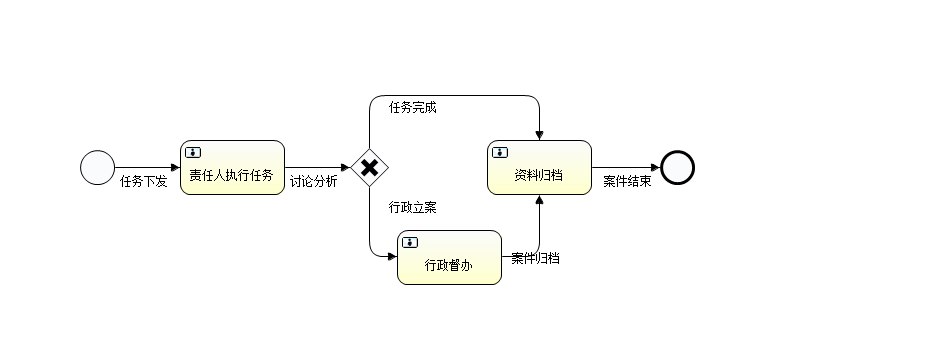
caoblwork/XAHJ keeps this BPMN diagram as source/EMES/resources/workflow/task.png. Above is the earlier version. Its source is kept beside it as source/EMES/resources/workflow/task.bpmn. Ids are renumbered.
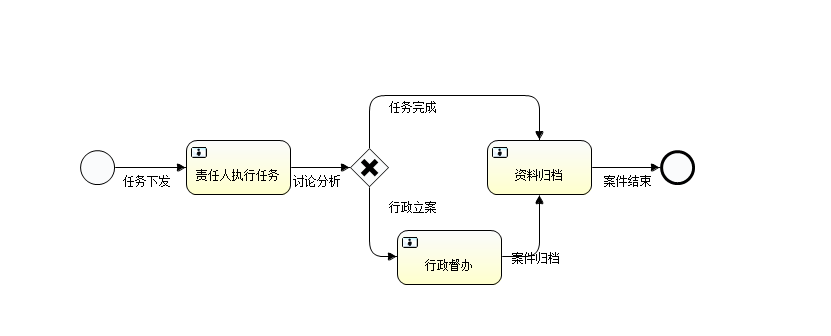
Later version of the same file.

Commit message:
流程资源文件

What changed in the source:
```diff
@@ -1,88 +1,87 @@
-<definitions xmlns="http://www.omg.org/spec/BPMN/20100524/MODEL" xmlns:xsi="http://www.w3.org/2001/XMLSchema-instance" xmlns:activiti="http://activiti.org/bpmn"
-	xmlns:bpmndi="http://www.omg.org/spec/BPMN/20100524/DI" xmlns:omgdc="http://www.omg.org/spec/DD/20100524/DC" xmlns:omgdi="http://www.omg.org/spec/DD/20100524/DI"
-	typeLanguage="http://www.w3.org/2001/XMLSchema" expressionLanguage="http://www.w3.org/1999/XPath" targetNamespace="http://www.activiti.org/test">
-	<process id="task" name="任务处理">
-		<documentation>包含“常规任务”、“领导任务”、“其它任务”</documentation>
-		<startEvent id="start" name="任务开始" activiti:initiator="owner"></startEvent>
-		<userTask id="executeTask" name="责任人执行任务"></userTask>
-		<sequenceFlow id="flow1" name="任务下发" sourceRef="start" targetRef="executeTask"></sequenceFlow>
-		<exclusiveGateway id="judgeTask" name="违法行为判断" default=""></exclusiveGateway>
-		<sequenceFlow id="flow2" name="讨论分析" sourceRef="executeTask" targetRef="judgeTask"></sequenceFlow>
-		<userTask id="executeCase" name="行政督办" default=""></userTask>
-		<sequenceFlow id="flow3" name="行政立案" sourceRef="judgeTask" targetRef="executeCase"></sequenceFlow>
-		<userTask id="usertask1" name="资料归档"></userTask>
-		<sequenceFlow id="flow4" name="案件归档" sourceRef="executeCase" targetRef="usertask1"></sequenceFlow>
-		<endEvent id="end" name="流程结束"></endEvent>
-		<sequenceFlow id="flow5" name="案件结束" sourceRef="usertask1" targetRef="end"></sequenceFlow>
-		<sequenceFlow id="flow7" name="任务完成" sourceRef="judgeTask" targetRef="usertask1"></sequenceFlow>
-	</process>
-	<bpmndi:BPMNDiagram id="BPMNDiagram_task">
-		<bpmndi:BPMNPlane bpmnElement="task" id="BPMNPlane_task">
-			<bpmndi:BPMNShape bpmnElement="start" id="BPMNShape_start">
-				<omgdc:Bounds height="35" width="35" x="80" y="150"></omgdc:Bounds>
-			</bpmndi:BPMNShape>
-			<bpmndi:BPMNShape bpmnElement="executeTask" id="BPMNShape_executeTask">
-				<omgdc:Bounds height="55" width="105" x="180" y="140"></omgdc:Bounds>
-			</bpmndi:BPMNShape>
-			<bpmndi:BPMNShape bpmnElement="judgeTask" id="BPMNShape_judgeTask">
-				<omgdc:Bounds height="40" width="40" x="349" y="147"></omgdc:Bounds>
-			</bpmndi:BPMNShape>
-			<bpmndi:BPMNShape bpmnElement="executeCase" id="BPMNShape_executeCase">
-				<omgdc:Bounds height="55" width="105" x="397" y="230"></omgdc:Bounds>
-			</bpmndi:BPMNShape>
-			<bpmndi:BPMNShape bpmnElement="usertask1" id="BPMNShape_usertask1">
-				<omgdc:Bounds height="55" width="105" x="487" y="140"></omgdc:Bounds>
-			</bpmndi:BPMNShape>
-			<bpmndi:BPMNShape bpmnElement="end" id="BPMNShape_end">
-				<omgdc:Bounds height="35" width="35" x="660" y="150"></omgdc:Bounds>
-			</bpmndi:BPMNShape>
-			<bpmndi:BPMNEdge bpmnElement="flow1" id="BPMNEdge_flow1">
-				<omgdi:waypoint x="115" y="167"></omgdi:waypoint>
-				<omgdi:waypoint x="180" y="167"></omgdi:waypoint>
-				<bpmndi:BPMNLabel>
-					<omgdc:Bounds height="14" width="100" x="-27" y="7"></omgdc:Bounds>
-				</bpmndi:BPMNLabel>
-			</bpmndi:BPMNEdge>
-			<bpmndi:BPMNEdge bpmnElement="flow2" id="BPMNEdge_flow2">
-				<omgdi:waypoint x="285" y="167"></omgdi:waypoint>
-				<omgdi:waypoint x="349" y="167"></omgdi:waypoint>
-				<bpmndi:BPMNLabel>
-					<omgdc:Bounds height="14" width="100" x="-27" y="7"></omgdc:Bounds>
-				</bpmndi:BPMNLabel>
-			</bpmndi:BPMNEdge>
-			<bpmndi:BPMNEdge bpmnElement="flow3" id="BPMNEdge_flow3">
-				<omgdi:waypoint x="369" y="187"></omgdi:waypoint>
-				<omgdi:waypoint x="369" y="256"></omgdi:waypoint>
-				<omgdi:waypoint x="397" y="257"></omgdi:waypoint>
-				<bpmndi:BPMNLabel>
-					<omgdc:Bounds height="14" width="100" x="20" y="-35"></omgdc:Bounds>
-				</bpmndi:BPMNLabel>
-			</bpmndi:BPMNEdge>
-			<bpmndi:BPMNEdge bpmnElement="flow4" id="BPMNEdge_flow4">
-				<omgdi:waypoint x="502" y="257"></omgdi:waypoint>
-				<omgdi:waypoint x="539" y="256"></omgdi:waypoint>
-				<omgdi:waypoint x="539" y="195"></omgdi:waypoint>
-				<bpmndi:BPMNLabel>
-					<omgdc:Bounds height="14" width="100" x="-27" y="7"></omgdc:Bounds>
-				</bpmndi:BPMNLabel>
-			</bpmndi:BPMNEdge>
-			<bpmndi:BPMNEdge bpmnElement="flow5" id="BPMNEdge_flow5">
-				<omgdi:waypoint x="592" y="167"></omgdi:waypoint>
-				<omgdi:waypoint x="660" y="167"></omgdi:waypoint>
-				<bpmndi:BPMNLabel>
-					<omgdc:Bounds height="14" width="100" x="-22" y="7"></omgdc:Bounds>
-				</bpmndi:BPMNLabel>
-			</bpmndi:BPMNEdge>
-			<bpmndi:BPMNEdge bpmnElement="flow7" id="BPMNEdge_flow7">
-				<omgdi:waypoint x="369" y="147"></omgdi:waypoint>
-				<omgdi:waypoint x="369" y="95"></omgdi:waypoint>
-				<omgdi:waypoint x="511" y="95"></omgdi:waypoint>
-				<omgdi:waypoint x="539" y="95"></omgdi:waypoint>
-				<omgdi:waypoint x="539" y="140"></omgdi:waypoint>
-				<bpmndi:BPMNLabel>
-					<omgdc:Bounds height="14" width="100" x="-62" y="5"></omgdc:Bounds>
-				</bpmndi:BPMNLabel>
-			</bpmndi:BPMNEdge>
-		</bpmndi:BPMNPlane>
-	</bpmndi:BPMNDiagram>
+<definitions xmlns="http://www.omg.org/spec/BPMN/20100524/MODEL" xmlns:xsi="http://www.w3.org/2001/XMLSchema-instance" xmlns:activiti="http://activiti.org/bpmn" xmlns:bpmndi="http://www.omg.org/spec/BPMN/20100524/DI" xmlns:omgdc="http://www.omg.org/spec/DD/20100524/DC" xmlns:omgdi="http://www.omg.org/spec/DD/20100524/DI" typeLanguage="http://www.w3.org/2001/XMLSchema" expressionLanguage="http://www.w3.org/1999/XPath" targetNamespace="http://www.activiti.org/test">
+  <process id="task" name="任务处理">
+    <documentation>包含“常规任务”、“领导任务”、“其它任务”</documentation>
+    <startEvent id="start" name="任务开始" activiti:initiator="owner"></startEvent>
+    <userTask id="executeTask" name="责任人执行任务"></userTask>
+    <exclusiveGateway id="judgeTask" name="违法行为判断"></exclusiveGateway>
+    <userTask id="executeCase" name="行政督办"></userTask>
+    <userTask id="usertask1" name="资料归档"></userTask>
+    <endEvent id="end" name="流程结束"></endEvent>
+    <sequenceFlow id="flow1" name="任务下发" sourceRef="start" targetRef="executeTask"></sequenceFlow>
+    <sequenceFlow id="flow2" name="讨论分析" sourceRef="executeTask" targetRef="judgeTask"></sequenceFlow>
+    <sequenceFlow id="flow3" name="行政立案" sourceRef="judgeTask" targetRef="executeCase"></sequenceFlow>
+    <sequenceFlow id="flow4" name="案件归档" sourceRef="executeCase" targetRef="usertask1"></sequenceFlow>
+    <sequenceFlow id="flow5" name="案件结束" sourceRef="usertask1" targetRef="end"></sequenceFlow>
+    <sequenceFlow id="flow7" name="任务完成" sourceRef="judgeTask" targetRef="usertask1"></sequenceFlow>
+  </process>
+
+  <bpmndi:BPMNDiagram id="BPMNDiagram_task">
+    <bpmndi:BPMNPlane bpmnElement="task" id="BPMNPlane_task">
+      <bpmndi:BPMNShape bpmnElement="start" id="BPMNShape_start">
+        <omgdc:Bounds height="35" width="35" x="80" y="150"></omgdc:Bounds>
+      </bpmndi:BPMNShape>
+      <bpmndi:BPMNShape bpmnElement="executeTask" id="BPMNShape_executeTask">
+        <omgdc:Bounds height="55" width="105" x="186" y="140"></omgdc:Bounds>
+      </bpmndi:BPMNShape>
+      <bpmndi:BPMNShape bpmnElement="judgeTask" id="BPMNShape_judgeTask">
+        <omgdc:Bounds height="40" width="40" x="349" y="147"></omgdc:Bounds>
+      </bpmndi:BPMNShape>
+      <bpmndi:BPMNShape bpmnElement="executeCase" id="BPMNShape_executeCase">
+        <omgdc:Bounds height="55" width="105" x="397" y="230"></omgdc:Bounds>
+      </bpmndi:BPMNShape>
+      <bpmndi:BPMNShape bpmnElement="usertask1" id="BPMNShape_usertask1">
+        <omgdc:Bounds height="55" width="105" x="487" y="140"></omgdc:Bounds>
+      </bpmndi:BPMNShape>
+      <bpmndi:BPMNShape bpmnElement="end" id="BPMNShape_end">
+        <omgdc:Bounds height="35" width="35" x="660" y="150"></omgdc:Bounds>
+      </bpmndi:BPMNShape>
+      <bpmndi:BPMNEdge bpmnElement="flow1" id="BPMNEdge_flow1">
+        <omgdi:waypoint x="115" y="167"></omgdi:waypoint>
+        <omgdi:waypoint x="186" y="167"></omgdi:waypoint>
+        <bpmndi:BPMNLabel>
+          <omgdc:Bounds height="14" width="100" x="-27" y="7"></omgdc:Bounds>
+        </bpmndi:BPMNLabel>
+      </bpmndi:BPMNEdge>
+      <bpmndi:BPMNEdge bpmnElement="flow2" id="BPMNEdge_flow2">
+        <omgdi:waypoint x="291" y="167"></omgdi:waypoint>
+        <omgdi:waypoint x="349" y="167"></omgdi:waypoint>
+        <bpmndi:BPMNLabel>
+          <omgdc:Bounds height="14" width="100" x="-27" y="7"></omgdc:Bounds>
+        </bpmndi:BPMNLabel>
+      </bpmndi:BPMNEdge>
+      <bpmndi:BPMNEdge bpmnElement="flow3" id="BPMNEdge_flow3">
+        <omgdi:waypoint x="369" y="187"></omgdi:waypoint>
+        <omgdi:waypoint x="369" y="256"></omgdi:waypoint>
+        <omgdi:waypoint x="397" y="257"></omgdi:waypoint>
+        <bpmndi:BPMNLabel>
+          <omgdc:Bounds height="14" width="100" x="20" y="-35"></omgdc:Bounds>
+        </bpmndi:BPMNLabel>
+      </bpmndi:BPMNEdge>
+      <bpmndi:BPMNEdge bpmnElement="flow4" id="BPMNEdge_flow4">
+        <omgdi:waypoint x="502" y="257"></omgdi:waypoint>
+        <omgdi:waypoint x="539" y="256"></omgdi:waypoint>
+        <omgdi:waypoint x="539" y="195"></omgdi:waypoint>
+        <bpmndi:BPMNLabel>
+          <omgdc:Bounds height="14" width="100" x="-27" y="7"></omgdc:Bounds>
+        </bpmndi:BPMNLabel>
+      </bpmndi:BPMNEdge>
+      <bpmndi:BPMNEdge bpmnElement="flow5" id="BPMNEdge_flow5">
+        <omgdi:waypoint x="592" y="167"></omgdi:waypoint>
+        <omgdi:waypoint x="660" y="167"></omgdi:waypoint>
+        <bpmndi:BPMNLabel>
+          <omgdc:Bounds height="14" width="100" x="-22" y="7"></omgdc:Bounds>
+        </bpmndi:BPMNLabel>
+      </bpmndi:BPMNEdge>
+      <bpmndi:BPMNEdge bpmnElement="flow7" id="BPMNEdge_flow7">
+        <omgdi:waypoint x="369" y="147"></omgdi:waypoint>
+        <omgdi:waypoint x="369" y="95"></omgdi:waypoint>
+        <omgdi:waypoint x="511" y="95"></omgdi:waypoint>
+        <omgdi:waypoint x="539" y="95"></omgdi:waypoint>
+        <omgdi:waypoint x="539" y="140"></omgdi:waypoint>
+        <bpmndi:BPMNLabel>
+          <omgdc:Bounds height="14" width="100" x="-62" y="5"></omgdc:Bounds>
+        </bpmndi:BPMNLabel>
+      </bpmndi:BPMNEdge>
+    </bpmndi:BPMNPlane>
+  </bpmndi:BPMNDiagram>
 </definitions>
```
